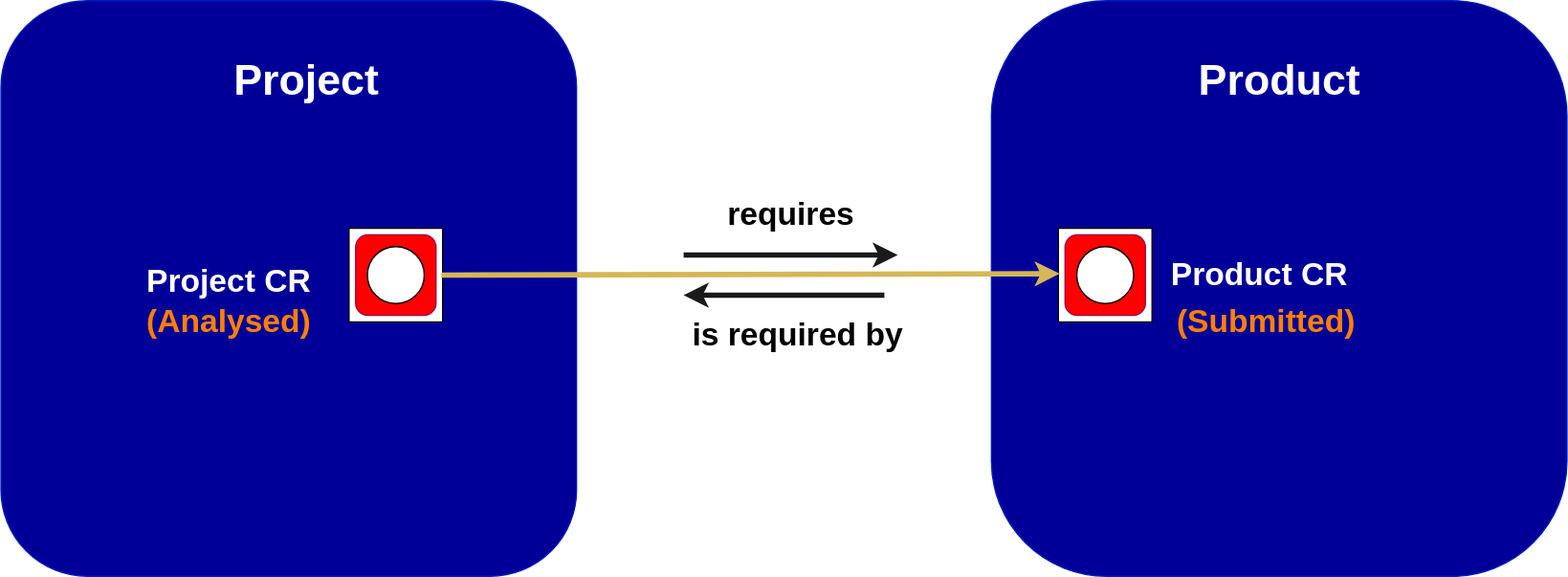
Before: EasySyncManualProduct2.svg, a diagram exported from draw.io (alaindelanay/drawings). Source tidied: cells renumbered, new cells last; positions are measured from the earlier drawing's top-left corner, leaving out a move shared by most shapes.
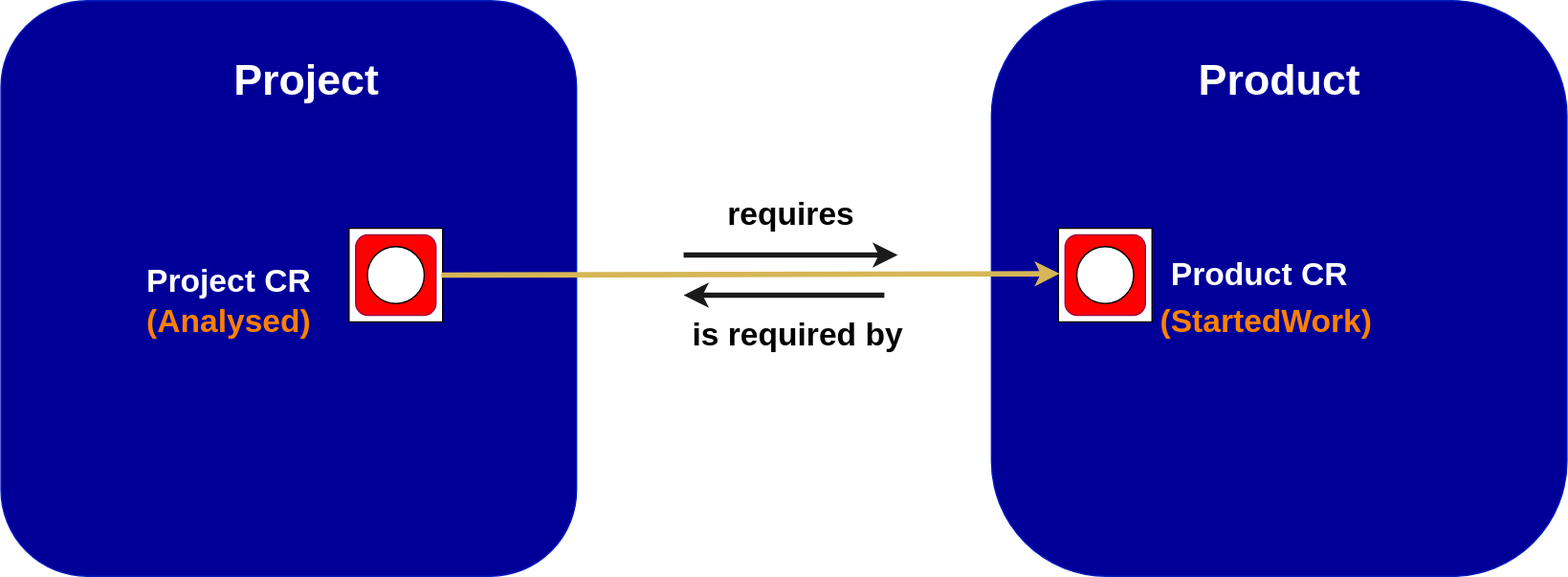
After the commit.

Commit message:
Mettre à jour EasySyncManualProduct2.svg

What changed in the source:
```diff
@@ -71,7 +71,7 @@
     <mxCell id="22" value="&lt;font color=&quot;#ff8000&quot;&gt;(Analysed)&lt;/font&gt;" style="text;strokeColor=none;fillColor=none;html=1;fontSize=24;fontStyle=1;verticalAlign=middle;align=center;" parent="1" vertex="1">
       <mxGeometry x="100" y="220" width="140" height="40" as="geometry" />
     </mxCell>
-    <mxCell id="23" value="&lt;font color=&quot;#ff8000&quot;&gt;(Submitted)&lt;/font&gt;" style="text;strokeColor=none;fillColor=none;html=1;fontSize=24;fontStyle=1;verticalAlign=middle;align=center;" parent="1" vertex="1">
+    <mxCell id="23" value="&lt;font color=&quot;#ff8000&quot;&gt;(StartedWork)&lt;/font&gt;" style="text;strokeColor=none;fillColor=none;html=1;fontSize=24;fontStyle=1;verticalAlign=middle;align=center;" parent="1" vertex="1">
       <mxGeometry x="870" y="220" width="150" height="40" as="geometry" />
     </mxCell>
   </root>
```
